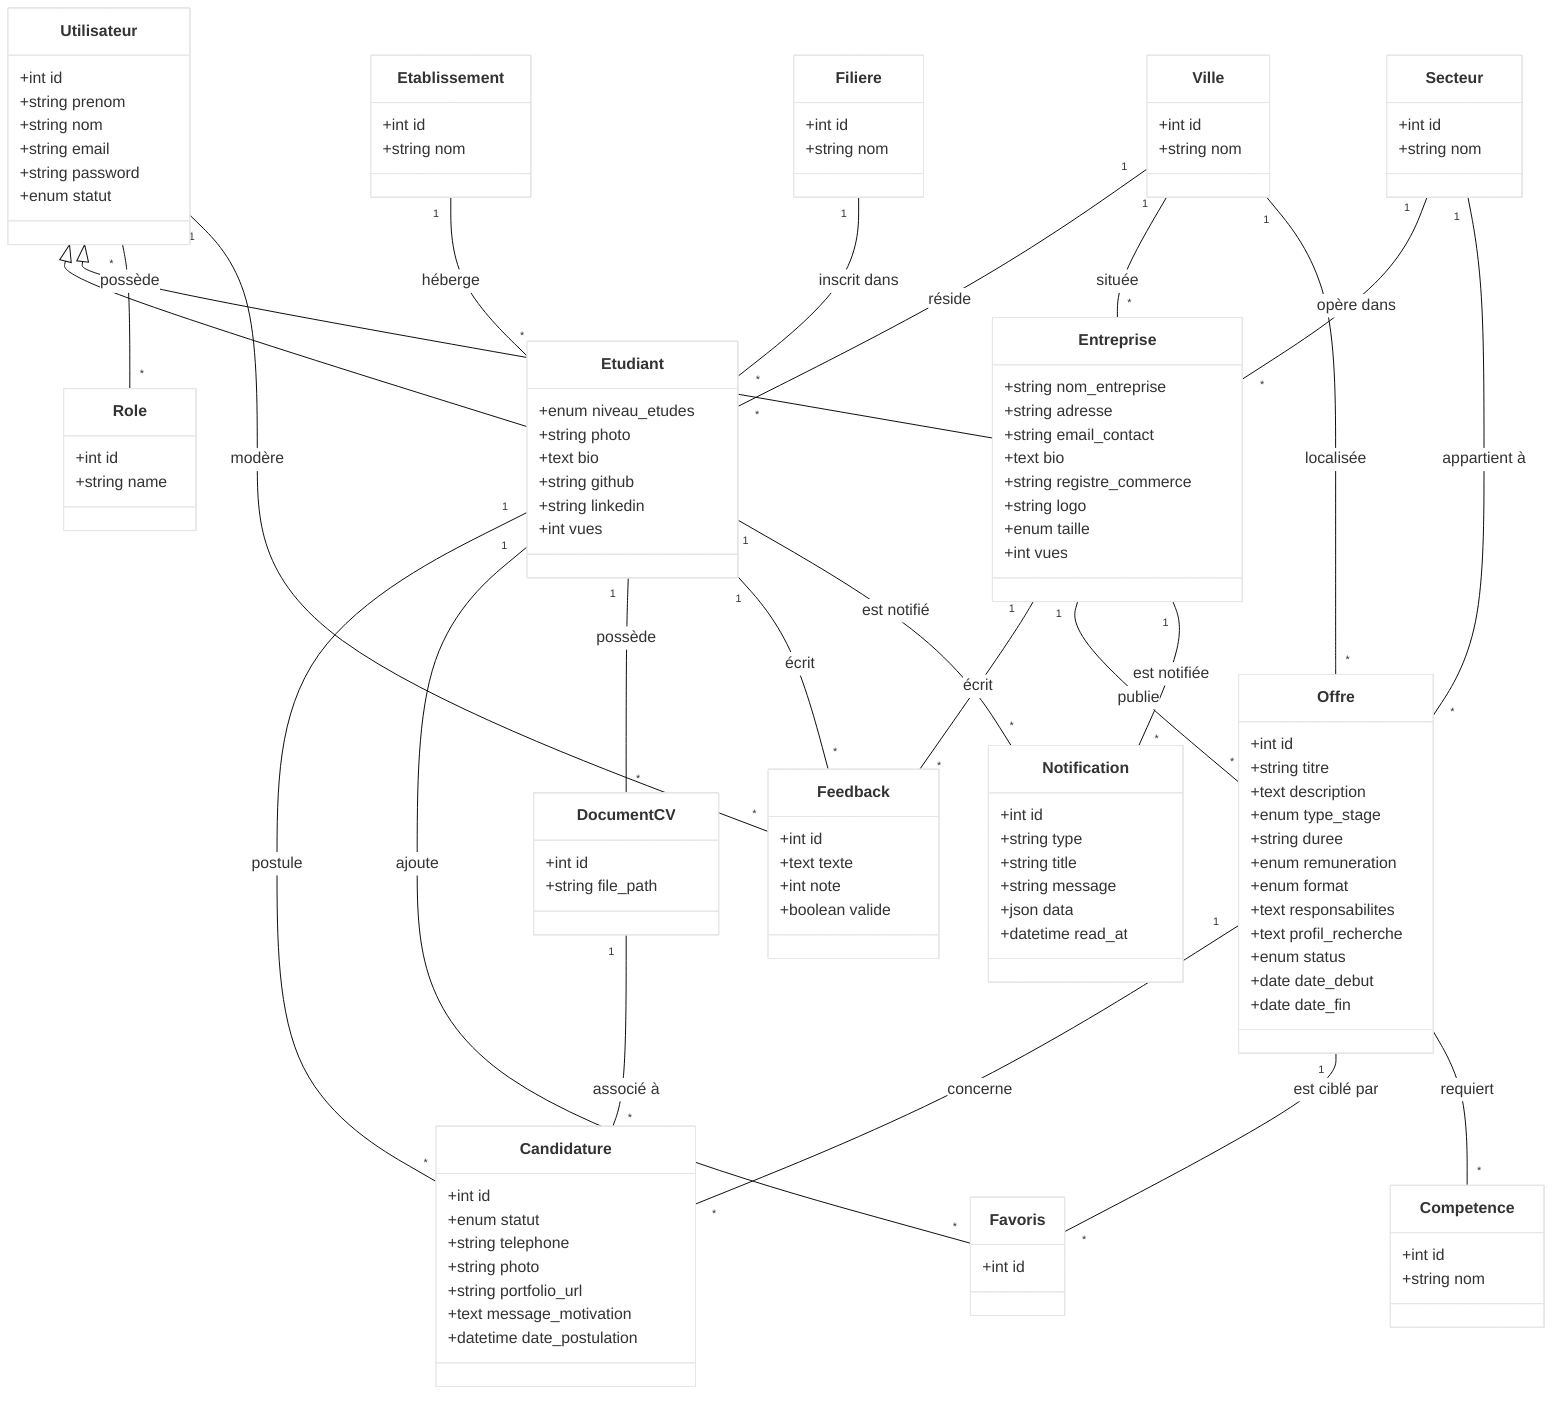
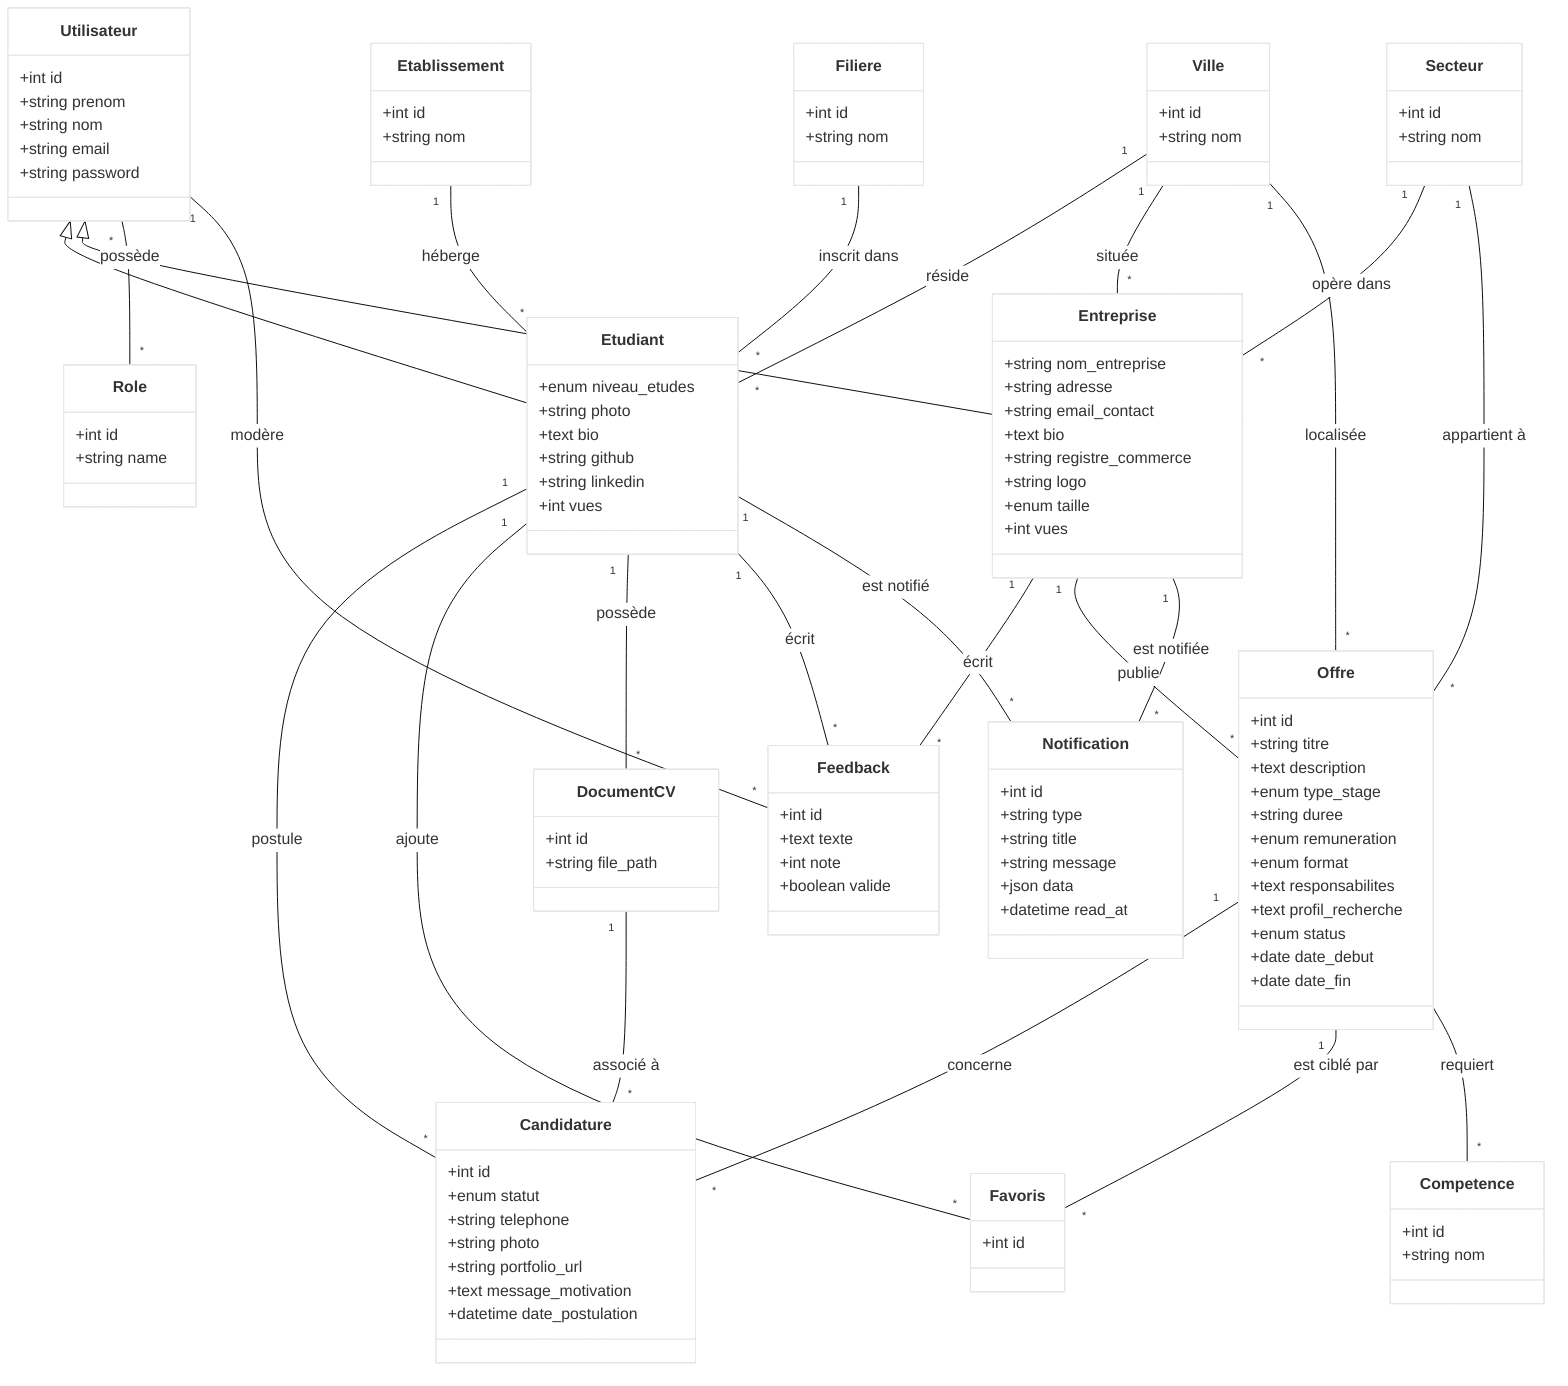
%%{init: {'theme': 'base', 'themeVariables': { 'primaryColor': '#ffffff', 'edgeLabelBackground':'#ffffff', 'tertiaryColor': '#ffffff'}}}%%
classDiagram
    direction TB

    %% ====================
    %% Noyau Utilisateurs & Rôles
    %% ====================
    class Utilisateur {
        +int id
        +string prenom
        +string nom
        +string email
        +string password
-         +enum statut
+ 
    }

    class Role {
        +int id
        +string name
    }

    class Etudiant {
        +enum niveau_etudes
        +string photo
        +text bio
        +string github
        +string linkedin
        +int vues
    }

    class Entreprise {
        +string nom_entreprise
        +string adresse
        +string email_contact
        +text bio
        +string registre_commerce
        +string logo
        +enum taille
        +int vues
    }

    %% ====================
    %% Tables de Référence / Nomenclature
    %% ====================
    class Ville {
        +int id
        +string nom
    }

    class Etablissement {
        +int id
        +string nom
    }

    class Filiere {
        +int id
        +string nom
    }

    class Secteur {
        +int id
        +string nom
    }

    class Competence {
        +int id
        +string nom
    }

    %% ====================
    %% Entités Métier (Offres & Candidatures)
    %% ====================
    class Offre {
        +int id
        +string titre
        +text description
        +enum type_stage
        +string duree
        +enum remuneration
        +enum format
        +text responsabilites
        +text profil_recherche
        +enum status
        +date date_debut
        +date date_fin
    }

    class Candidature {
        +int id
        +enum statut
        +string telephone
        +string photo
        +string portfolio_url
        +text message_motivation
        +datetime date_postulation
    }

    class DocumentCV {
        +int id
        +string file_path
    }

    class Feedback {
        +int id
        +text texte
        +int note
        +boolean valide
    }

    class Favoris {
        +int id
    }

    class Notification {
        +int id
        +string type
        +string title
        +string message
        +json data
        +datetime read_at
    }

    %% ====================
    %% Héritage (Logique Métier)
    %% ====================
    Utilisateur <|-- Etudiant
    Utilisateur <|-- Entreprise

    %% ====================
    %% Relations & Cardinalités (Sans flèches d'association)
    %% ====================

    %% Rôles
    Utilisateur "*" -- "*" Role : possède

    %% Localisation (Nomenclatures)
    Ville "1" -- "*" Etudiant : réside
    Ville "1" -- "*" Entreprise : située
    Ville "1" -- "*" Offre : localisée

    %% Nomenclatures Étudiant
    Etablissement "1" -- "*" Etudiant : héberge
    Filiere "1" -- "*" Etudiant : inscrit dans

    %% Nomenclatures Entreprise & Offre
    Secteur "1" -- "*" Entreprise : opère dans
    Secteur "1" -- "*" Offre : appartient à

    %% Étudiant Métier
    Etudiant "1" -- "*" Candidature : postule
    Etudiant "1" -- "*" Favoris : ajoute
    Etudiant "1" -- "*" DocumentCV : possède
    Etudiant "1" -- "*" Feedback : écrit

    %% Entreprise Métier
    Entreprise "1" -- "*" Feedback : écrit
    Entreprise "1" -- "*" Offre : publie

    %% Offre Métier
    Offre "1" -- "*" Candidature : concerne
    Offre "1" -- "*" Favoris : est ciblé par
    Offre "*" -- "*" Competence : requiert

    %% Modération & Services transverses
    Utilisateur "1" -- "*" Feedback : modère
    DocumentCV "1" -- "*" Candidature : associé à

    %% Notifications
    Etudiant "1" -- "*" Notification : est notifié
    Entreprise "1" -- "*" Notification : est notifiée
